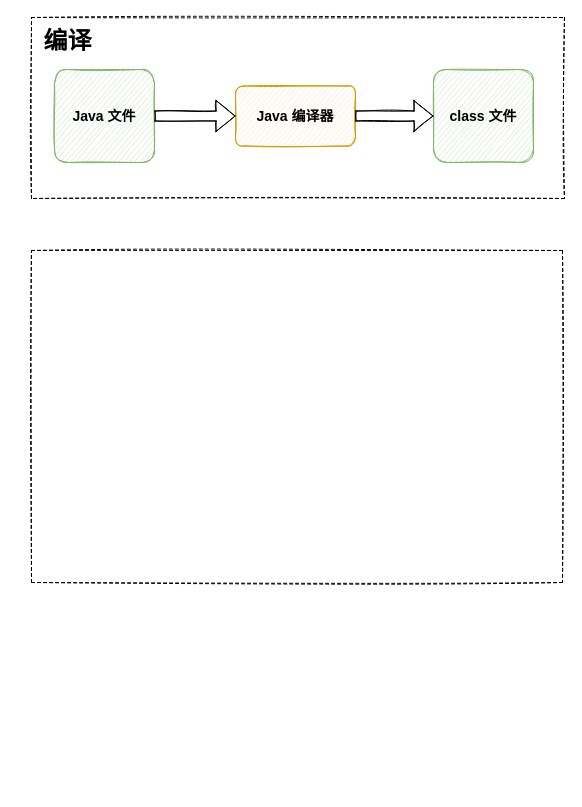
LIULE8/drawio-store keeps this draw.io diagram as 类加载过程.drawio. Above is the earlier version. Source tidied: cells renumbered, new cells numbered last; positions are measured from the earlier drawing's top-left corner, leaving out a move shared by most shapes. Both pictures are drawn from the tidied source at 100%, with x=0, y=0 at pixel (17, 17).
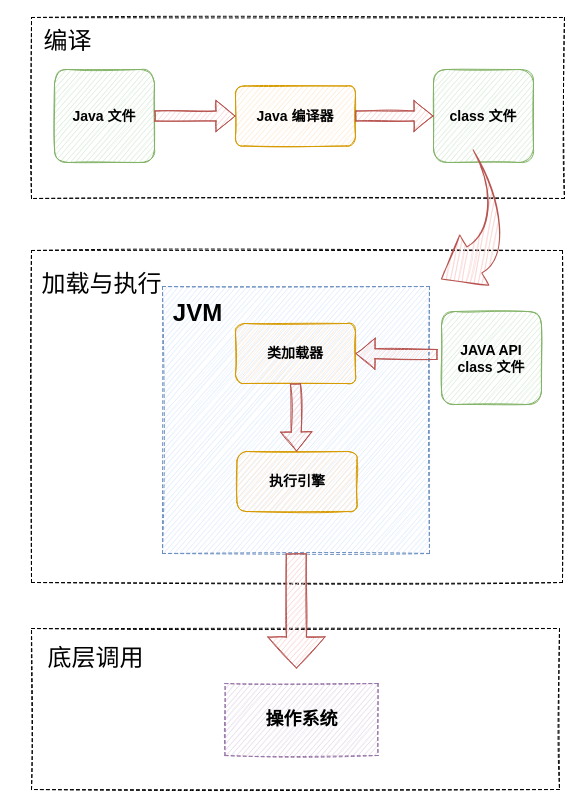
The same page after the edit.

Commit message:
更新类加载过程.drawio

Unchanged cells that the change refers to:
```xml
<mxCell id="3" value="&lt;font style=&quot;font-size: 14px&quot;&gt;&lt;b&gt;Java 文件&lt;/b&gt;&lt;/font&gt;" style="rounded=1;whiteSpace=wrap;html=1;sketch=1;strokeWidth=1;fillColor=#d5e8d4;strokeColor=#82b366;" parent="1" vertex="1">
  <mxGeometry x="37" y="52" width="100" height="93" as="geometry" />
</mxCell>
<mxCell id="4" value="&lt;font style=&quot;font-size: 14px&quot;&gt;&lt;b&gt;class 文件&lt;/b&gt;&lt;/font&gt;" style="rounded=1;whiteSpace=wrap;html=1;sketch=1;strokeWidth=1;fillColor=#d5e8d4;strokeColor=#82b366;" parent="1" vertex="1">
  <mxGeometry x="416" y="52" width="100" height="93" as="geometry" />
</mxCell>
<mxCell id="5" value="&lt;font style=&quot;font-size: 14px&quot;&gt;&lt;b&gt;Java 编译器&lt;/b&gt;&lt;/font&gt;" style="rounded=1;whiteSpace=wrap;html=1;sketch=1;strokeWidth=1;fillColor=#ffe6cc;strokeColor=#d79b00;" parent="1" vertex="1">
  <mxGeometry x="218" y="68.5" width="120" height="60" as="geometry" />
</mxCell>
```

What changed in the source:
```diff
@@
-    <mxCell id="6" style="shape=flexArrow;endArrow=classic;html=1;rounded=0;sketch=1;fontSize=14;entryX=0;entryY=0.5;entryDx=0;entryDy=0;" parent="1" edge="1" source="3" target="5">
+    <mxCell id="6" style="shape=flexArrow;endArrow=classic;html=1;rounded=0;sketch=1;fontSize=14;entryX=0;entryY=0.5;entryDx=0;entryDy=0;fillColor=#f8cecc;strokeColor=#b85450;" parent="1" edge="1" source="3" target="5">
       <mxGeometry relative="1" as="geometry" />
     </mxCell>
-    <mxCell id="7" style="shape=flexArrow;endArrow=classic;html=1;rounded=0;sketch=1;fontSize=14;exitX=1;exitY=0.5;exitDx=0;exitDy=0;entryX=0;entryY=0.5;entryDx=0;entryDy=0;" parent="1" edge="1" source="5" target="4">
+    <mxCell id="7" style="shape=flexArrow;endArrow=classic;html=1;rounded=0;sketch=1;fontSize=14;exitX=1;exitY=0.5;exitDx=0;exitDy=0;entryX=0;entryY=0.5;entryDx=0;entryDy=0;fillColor=#f8cecc;strokeColor=#b85450;" parent="1" edge="1" source="5" target="4">
       <mxGeometry relative="1" as="geometry" />
     </mxCell>
-    <mxCell id="8" value="编译" style="text;strokeColor=none;fillColor=none;html=1;fontSize=24;fontStyle=1;verticalAlign=middle;align=center;sketch=1;" parent="1" vertex="1">
+    <mxCell id="8" value="&lt;span style=&quot;font-weight: normal&quot;&gt;编译&lt;/span&gt;" style="text;strokeColor=none;fillColor=none;html=1;fontSize=24;fontStyle=1;verticalAlign=middle;align=center;sketch=1;" parent="1" vertex="1">
       <mxGeometry y="4" width="100" height="40" as="geometry" />
     </mxCell>
@@
+    <mxCell id="10" style="whiteSpace=wrap;html=1;dashed=1;sketch=1;fontSize=14;strokeWidth=1;fillColor=#dae8fc;strokeColor=#6c8ebf;" parent="1" vertex="1">
+      <mxGeometry x="145" y="269" width="267" height="267" as="geometry" />
+    </mxCell>
+    <mxCell id="11" value="&lt;span style=&quot;font-size: 14px&quot;&gt;&lt;b&gt;类加载器&lt;/b&gt;&lt;/span&gt;" style="rounded=1;whiteSpace=wrap;html=1;sketch=1;strokeWidth=1;fillColor=#ffe6cc;strokeColor=#d79b00;" parent="1" vertex="1">
+      <mxGeometry x="218" y="306" width="120" height="60" as="geometry" />
+    </mxCell>
+    <mxCell id="12" value="&lt;span style=&quot;font-size: 14px&quot;&gt;&lt;b&gt;执行引擎&lt;/b&gt;&lt;/span&gt;" style="rounded=1;whiteSpace=wrap;html=1;sketch=1;strokeWidth=1;fillColor=#ffe6cc;strokeColor=#d79b00;" parent="1" vertex="1">
+      <mxGeometry x="219.5" y="434" width="120" height="60" as="geometry" />
+    </mxCell>
+    <mxCell id="13" value="&lt;span style=&quot;font-weight: normal&quot;&gt;加载与执行&lt;/span&gt;" style="text;strokeColor=none;fillColor=none;html=1;fontSize=24;fontStyle=1;verticalAlign=middle;align=center;dashed=1;sketch=1;" parent="1" vertex="1">
+      <mxGeometry x="34" y="247" width="100" height="40" as="geometry" />
+    </mxCell>
+    <mxCell id="14" value="JVM" style="text;strokeColor=none;fillColor=none;html=1;fontSize=24;fontStyle=1;verticalAlign=middle;align=center;dashed=1;sketch=1;" parent="1" vertex="1">
+      <mxGeometry x="130" y="276" width="100" height="40" as="geometry" />
+    </mxCell>
+    <mxCell id="15" value="&lt;font style=&quot;font-size: 14px&quot;&gt;&lt;b&gt;JAVA API class 文件&lt;/b&gt;&lt;/font&gt;" style="rounded=1;whiteSpace=wrap;html=1;sketch=1;strokeWidth=1;fillColor=#d5e8d4;strokeColor=#82b366;" parent="1" vertex="1">
+      <mxGeometry x="424" y="294" width="100" height="93" as="geometry" />
+    </mxCell>
+    <mxCell id="16" style="shape=flexArrow;endArrow=classic;html=1;rounded=0;sketch=1;fontSize=18;entryX=1;entryY=0.5;entryDx=0;entryDy=0;fillColor=#f8cecc;strokeColor=#b85450;" parent="1" edge="1" target="11">
+      <mxGeometry relative="1" as="geometry">
+        <mxPoint x="420" y="337" as="sourcePoint" />
+      </mxGeometry>
+    </mxCell>
+    <mxCell id="17" style="shape=flexArrow;endArrow=classic;html=1;rounded=0;sketch=1;fontSize=18;exitX=0.5;exitY=1;exitDx=0;exitDy=0;fillColor=#f8cecc;strokeColor=#b85450;" parent="1" edge="1" source="11" target="12">
+      <mxGeometry relative="1" as="geometry" />
+    </mxCell>
+    <mxCell id="18" style="html=1;shadow=0;dashed=0;align=center;verticalAlign=middle;shape=mxgraph.arrows2.jumpInArrow;dy=15;dx=38;arrowHead=58;sketch=1;fontSize=18;strokeWidth=1;direction=west;fillColor=#f8cecc;strokeColor=#b85450;rotation=-30;" parent="1" vertex="1">
+      <mxGeometry x="401" y="147" width="92" height="125" as="geometry" />
+    </mxCell>
+    <mxCell id="19" style="rounded=0;whiteSpace=wrap;html=1;dashed=1;sketch=1;fontSize=18;strokeWidth=1;" parent="1" vertex="1">
+      <mxGeometry x="14" y="611" width="528" height="161" as="geometry" />
+    </mxCell>
+    <mxCell id="20" value="&lt;span style=&quot;font-weight: 400&quot;&gt;底层调用&lt;/span&gt;" style="text;strokeColor=none;fillColor=none;html=1;fontSize=24;fontStyle=1;verticalAlign=middle;align=center;dashed=1;sketch=1;" parent="1" vertex="1">
+      <mxGeometry x="28" y="621" width="100" height="40" as="geometry" />
+    </mxCell>
+    <mxCell id="21" value="&lt;b&gt;操作系统&lt;/b&gt;" style="rounded=0;whiteSpace=wrap;html=1;dashed=1;sketch=1;fontSize=18;strokeWidth=1;fillColor=#e1d5e7;strokeColor=#9673a6;" parent="1" vertex="1">
+      <mxGeometry x="207.5" y="666" width="153" height="72" as="geometry" />
+    </mxCell>
+    <mxCell id="22" style="shape=flexArrow;endArrow=classic;html=1;rounded=1;shadow=0;sketch=1;fontSize=18;startSize=6;endSize=10.01;sourcePerimeterSpacing=0;endWidth=36;fillColor=#f8cecc;strokeColor=#b85450;width=20;" parent="1" edge="1" source="10">
+      <mxGeometry relative="1" as="geometry">
+        <mxPoint x="279" y="651" as="targetPoint" />
+      </mxGeometry>
+    </mxCell>
```
